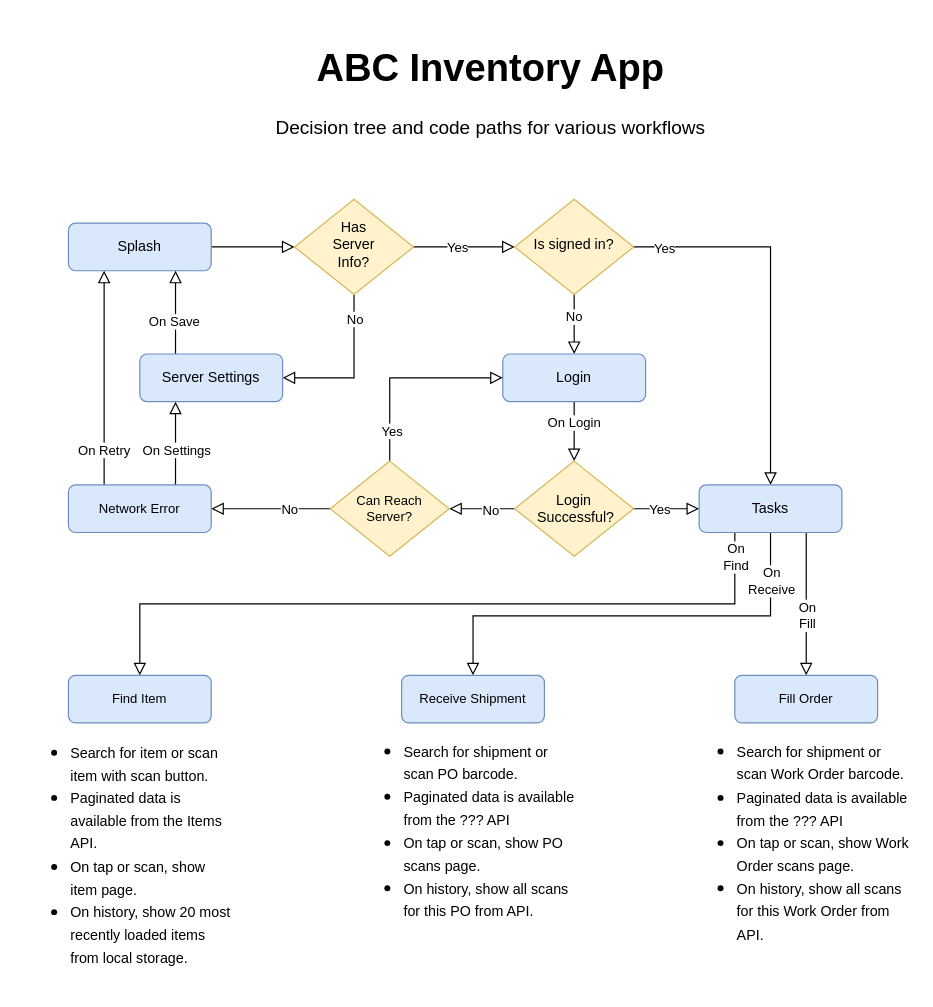
This is diagrams/abc_inventory_app.drawio from abcsoftware/abc-docs, a draw.io file, before an edit. Source tidied: cells renumbered, new cells numbered last; positions are measured from the earlier drawing's top-left corner, leaving out a move shared by most shapes. Both pictures are drawn from the tidied source at 119%, with x=0, y=0 at pixel (20, 32).
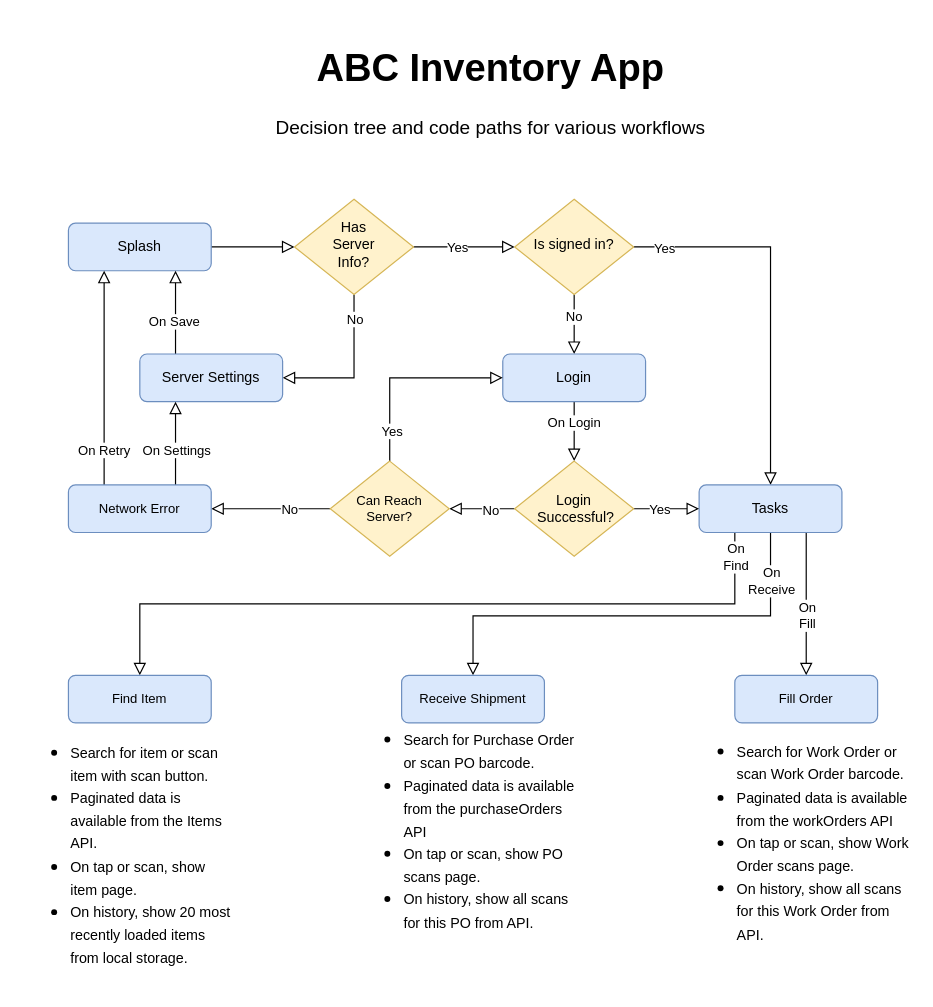
After the change.

The edit, as a diff of the source:
```diff
@@
-    <mxCell id="47" value="&lt;ul&gt;&lt;li&gt;&lt;font style=&quot;font-size: 12px;&quot;&gt;Search for shipment or scan PO barcode.&lt;/font&gt;&lt;/li&gt;&lt;li&gt;&lt;font style=&quot;font-size: 12px;&quot;&gt;Paginated data is available from the ??? API&lt;/font&gt;&lt;/li&gt;&lt;li&gt;&lt;font style=&quot;font-size: 12px;&quot;&gt;On tap or scan, show PO scans page.&lt;/font&gt;&lt;/li&gt;&lt;li&gt;&lt;span style=&quot;font-size: 12px;&quot;&gt;On history, show all scans for this PO from API.&lt;/span&gt;&lt;/li&gt;&lt;/ul&gt;" style="text;html=1;strokeColor=none;fillColor=none;align=left;verticalAlign=middle;whiteSpace=wrap;rounded=0;fontSize=16;" parent="1" vertex="1">
+    <mxCell id="47" value="&lt;ul&gt;&lt;li&gt;&lt;font style=&quot;font-size: 12px;&quot;&gt;Search for Purchase Order or scan PO barcode.&lt;/font&gt;&lt;/li&gt;&lt;li&gt;&lt;font style=&quot;font-size: 12px;&quot;&gt;Paginated data is available from the purchaseOrders API&lt;/font&gt;&lt;/li&gt;&lt;li&gt;&lt;font style=&quot;font-size: 12px;&quot;&gt;On tap or scan, show PO scans page.&lt;/font&gt;&lt;/li&gt;&lt;li&gt;&lt;span style=&quot;font-size: 12px;&quot;&gt;On history, show all scans for this PO from API.&lt;/span&gt;&lt;/li&gt;&lt;/ul&gt;" style="text;html=1;strokeColor=none;fillColor=none;align=left;verticalAlign=middle;whiteSpace=wrap;rounded=0;fontSize=16;" parent="1" vertex="1">
       <mxGeometry x="280" y="580" width="190" height="180" as="geometry" />
     </mxCell>
-    <mxCell id="48" value="&lt;ul&gt;&lt;li&gt;&lt;font style=&quot;font-size: 12px;&quot;&gt;Search for shipment or scan Work Order barcode.&lt;/font&gt;&lt;/li&gt;&lt;li&gt;&lt;font style=&quot;font-size: 12px;&quot;&gt;Paginated data is available from the ??? API&lt;/font&gt;&lt;/li&gt;&lt;li&gt;&lt;font style=&quot;font-size: 12px;&quot;&gt;On tap or scan, show Work Order scans page.&lt;/font&gt;&lt;/li&gt;&lt;li&gt;&lt;span style=&quot;font-size: 12px;&quot;&gt;On history, show all scans for this Work Order from API.&lt;/span&gt;&lt;/li&gt;&lt;/ul&gt;" style="text;html=1;strokeColor=none;fillColor=none;align=left;verticalAlign=middle;whiteSpace=wrap;rounded=0;fontSize=16;" parent="1" vertex="1">
+    <mxCell id="48" value="&lt;ul&gt;&lt;li&gt;&lt;font style=&quot;font-size: 12px;&quot;&gt;Search for Work Order or scan Work Order barcode.&lt;/font&gt;&lt;/li&gt;&lt;li&gt;&lt;font style=&quot;font-size: 12px;&quot;&gt;Paginated data is available from the workOrders API&lt;/font&gt;&lt;/li&gt;&lt;li&gt;&lt;font style=&quot;font-size: 12px;&quot;&gt;On tap or scan, show Work Order scans page.&lt;/font&gt;&lt;/li&gt;&lt;li&gt;&lt;span style=&quot;font-size: 12px;&quot;&gt;On history, show all scans for this Work Order from API.&lt;/span&gt;&lt;/li&gt;&lt;/ul&gt;" style="text;html=1;strokeColor=none;fillColor=none;align=left;verticalAlign=middle;whiteSpace=wrap;rounded=0;fontSize=16;" parent="1" vertex="1">
       <mxGeometry x="560" y="580" width="190" height="200" as="geometry" />
     </mxCell>
```
